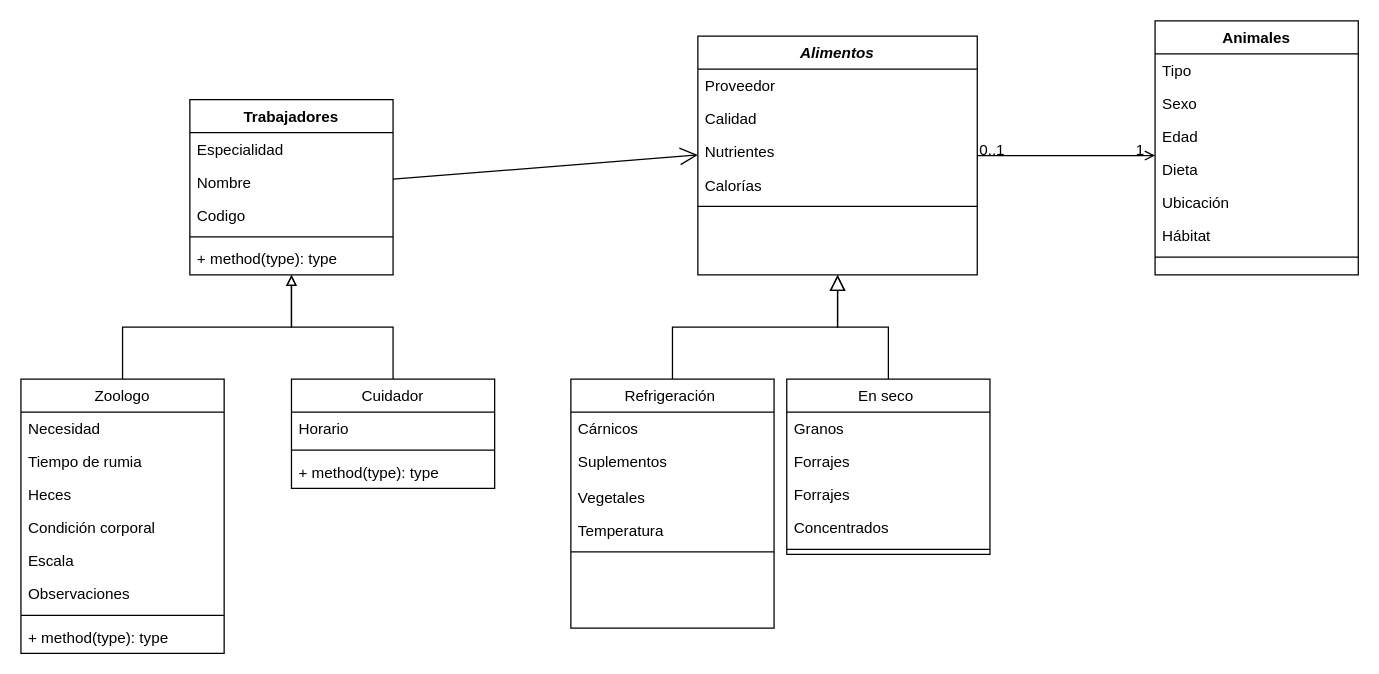
jhongarciap/Diagrama-de-clases-zoologico keeps this draw.io diagram as Diagrama sin título.drawio. Above is the earlier version. Source tidied: cells renumbered, new cells numbered last; positions are measured from the earlier drawing's top-left corner, leaving out a move shared by most shapes. Both pictures are drawn from the tidied source at 127%, with x=0, y=0 at pixel (20, 20).
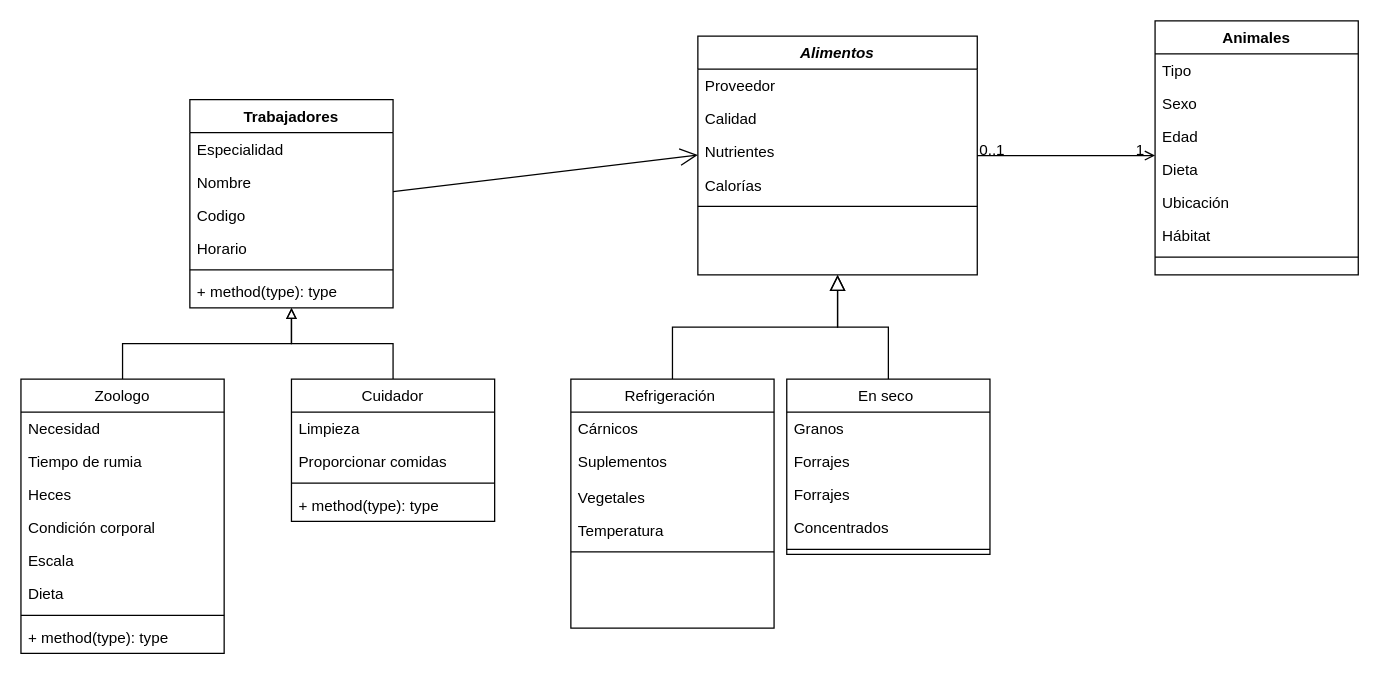
The same diagram, later.

Unchanged cells that the change refers to:
```xml
<mxCell id="40" value="Zoologo" style="swimlane;fontStyle=0;align=center;verticalAlign=top;horizontal=1;startSize=26;" parent="1" vertex="1">
  <mxGeometry y="282" width="160" height="216" as="geometry" />
</mxCell>
```

What changed in the source:
```diff
@@
     <mxCell id="34" value="Cuidador" style="swimlane;fontStyle=0;align=center;verticalAlign=top;horizontal=1;startSize=26;" parent="1" vertex="1">
-      <mxGeometry x="213" y="282" width="160" height="86" as="geometry" />
+      <mxGeometry x="213" y="282" width="160" height="112" as="geometry" />
     </mxCell>
-    <mxCell id="35" value="Horario" style="text;strokeColor=none;fillColor=none;align=left;verticalAlign=top;spacingLeft=4;spacingRight=4;overflow=hidden;" parent="34" vertex="1">
+    <mxCell id="35" value="Limpieza" style="text;strokeColor=none;fillColor=none;align=left;verticalAlign=top;spacingLeft=4;spacingRight=4;overflow=hidden;" parent="34" vertex="1">
       <mxGeometry y="26" width="160" height="26" as="geometry" />
     </mxCell>
+    <mxCell id="55" value="Proporcionar comidas" style="text;strokeColor=none;fillColor=none;align=left;verticalAlign=top;spacingLeft=4;spacingRight=4;overflow=hidden;" parent="34" vertex="1">
+      <mxGeometry y="52" width="160" height="26" as="geometry" />
+    </mxCell>
     <mxCell id="36" style="line;strokeWidth=1;fillColor=none;align=left;verticalAlign=middle;spacingTop=-1;spacingLeft=3;spacingRight=3;labelPosition=right;strokeColor=inherit;" parent="34" vertex="1">
-      <mxGeometry y="52" width="160" height="8" as="geometry" />
+      <mxGeometry y="78" width="160" height="8" as="geometry" />
     </mxCell>
     <mxCell id="37" value="+ method(type): type" style="text;strokeColor=none;fillColor=none;align=left;verticalAlign=top;spacingLeft=4;spacingRight=4;overflow=hidden;" parent="34" vertex="1">
-      <mxGeometry y="60" width="160" height="26" as="geometry" />
+      <mxGeometry y="86" width="160" height="26" as="geometry" />
     </mxCell>
@@
-    <mxCell id="46" value="Observaciones" style="text;strokeColor=none;fillColor=none;align=left;verticalAlign=top;spacingLeft=4;spacingRight=4;overflow=hidden;" parent="40" vertex="1">
+    <mxCell id="46" value="Dieta" style="text;strokeColor=none;fillColor=none;align=left;verticalAlign=top;spacingLeft=4;spacingRight=4;overflow=hidden;" parent="40" vertex="1">
       <mxGeometry y="156" width="160" height="26" as="geometry" />
     </mxCell>
@@
     <mxCell id="49" value="Trabajadores" style="swimlane;fontStyle=1;align=center;verticalAlign=top;horizontal=1;startSize=26;" parent="1" vertex="1">
-      <mxGeometry x="133" y="62" width="160" height="138" as="geometry" />
+      <mxGeometry x="133" y="62" width="160" height="164" as="geometry" />
     </mxCell>
@@
+    <mxCell id="56" value="Horario" style="text;strokeColor=none;fillColor=none;align=left;verticalAlign=top;spacingLeft=4;spacingRight=4;overflow=hidden;" parent="49" vertex="1">
+      <mxGeometry y="104" width="160" height="26" as="geometry" />
+    </mxCell>
     <mxCell id="53" style="line;strokeWidth=1;fillColor=none;align=left;verticalAlign=middle;spacingTop=-1;spacingLeft=3;spacingRight=3;labelPosition=right;strokeColor=inherit;" parent="49" vertex="1">
-      <mxGeometry y="104" width="160" height="8" as="geometry" />
+      <mxGeometry y="130" width="160" height="8" as="geometry" />
     </mxCell>
     <mxCell id="54" value="+ method(type): type" style="text;strokeColor=none;fillColor=none;align=left;verticalAlign=top;spacingLeft=4;spacingRight=4;overflow=hidden;" parent="49" vertex="1">
-      <mxGeometry y="112" width="160" height="26" as="geometry" />
+      <mxGeometry y="138" width="160" height="26" as="geometry" />
     </mxCell>
```
